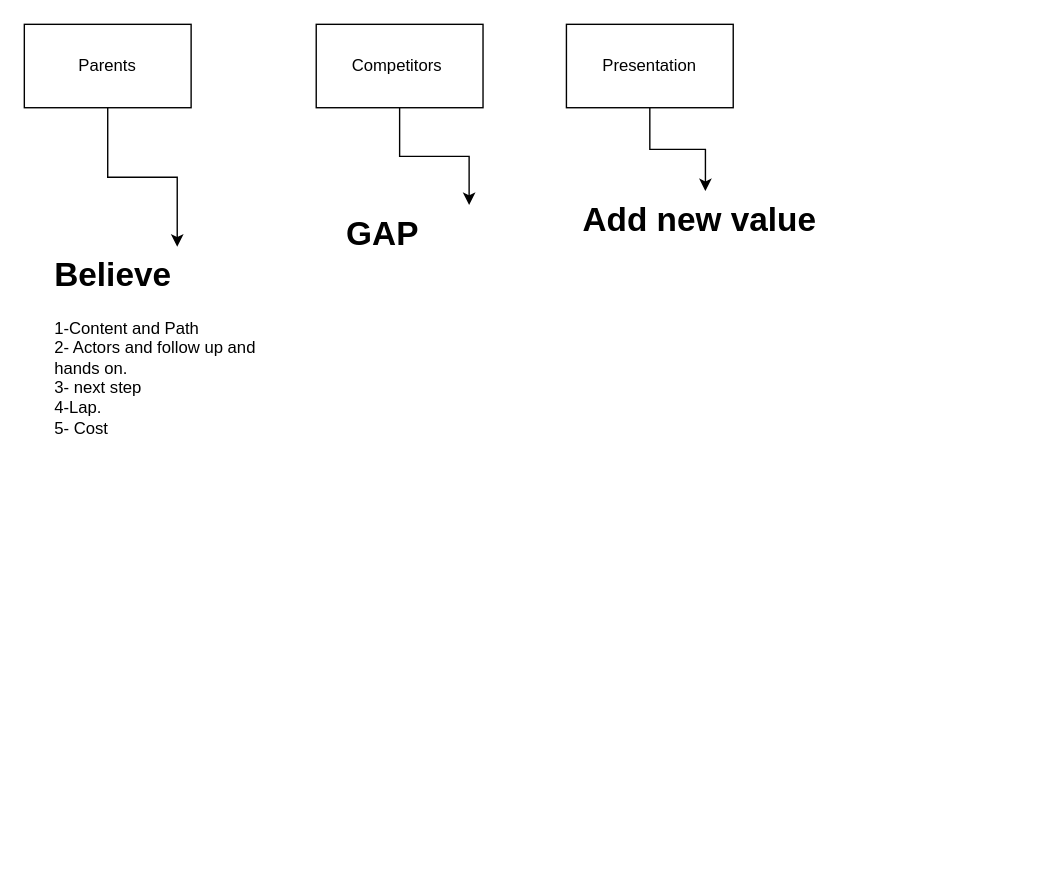
The draw.io diagram Untitled Diagram.drawio in AhmedKosit/Performance, before the edit. Source tidied: cells renumbered, new cells numbered last; positions are measured from the earlier drawing's top-left corner, leaving out a move shared by most shapes. Both pictures are drawn from the tidied source at 139%, with x=0, y=0 at pixel (24, 24). Pictures stored in the file or linked from it are replaced by grey dashed boxes.
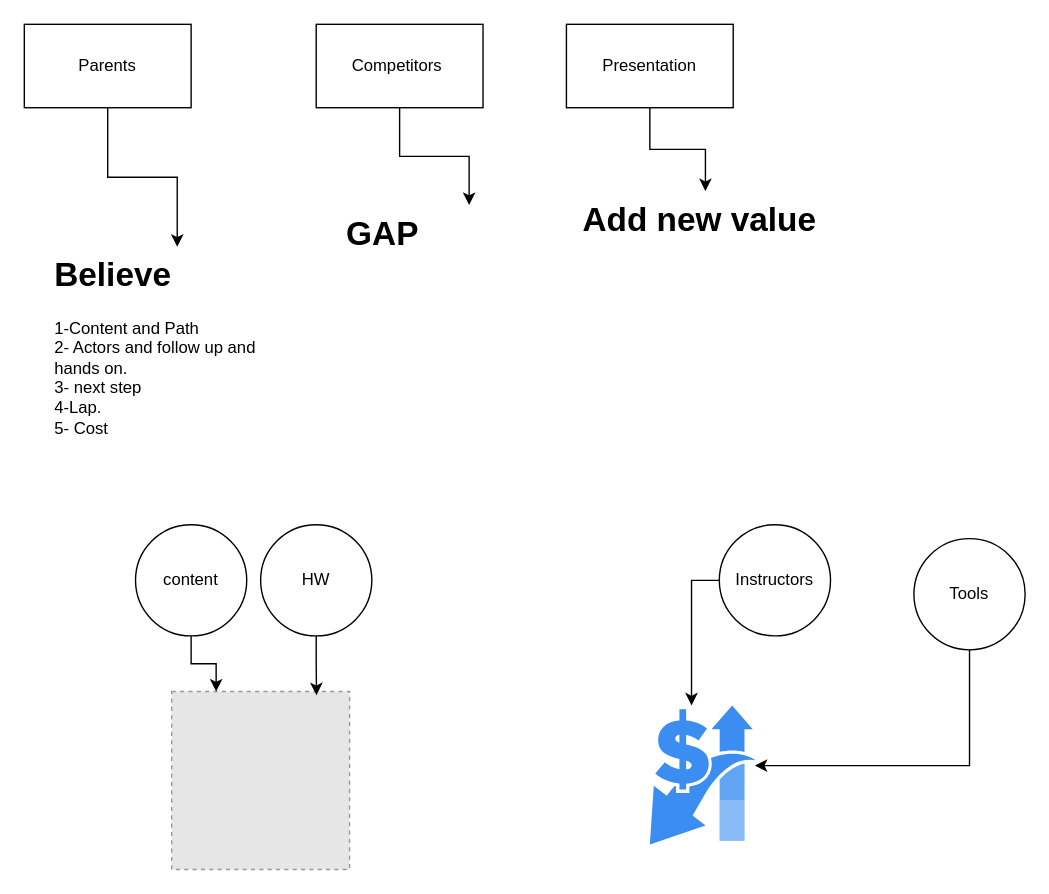
The same diagram, later.

Change to the diagram source:
```diff
@@
+    <mxCell id="11" style="fillColor=#E6E6E6;strokeColor=#999999;dashed=1;html=1;verticalAlign=top;verticalLabelPosition=bottom;labelBackgroundColor=#ffffff;" parent="1" vertex="1">
+      <mxGeometry x="106" y="480" width="128" height="128" as="geometry" />
+    </mxCell>
+    <mxCell id="12" style="edgeStyle=orthogonalEdgeStyle;rounded=0;jettySize=auto;html=1;entryX=0.25;entryY=0;entryDx=0;entryDy=0;" parent="1" edge="1" source="13" target="11">
+      <mxGeometry relative="1" as="geometry" />
+    </mxCell>
+    <mxCell id="13" value="content" style="ellipse;whiteSpace=wrap;html=1;" parent="1" vertex="1">
+      <mxGeometry x="80" y="360" width="80" height="80" as="geometry" />
+    </mxCell>
+    <mxCell id="14" value="HW" style="ellipse;whiteSpace=wrap;html=1;" parent="1" vertex="1">
+      <mxGeometry x="170" y="360" width="80" height="80" as="geometry" />
+    </mxCell>
+    <mxCell id="15" style="edgeStyle=orthogonalEdgeStyle;rounded=0;jettySize=auto;html=1;entryX=0.814;entryY=0.021;entryDx=0;entryDy=0;entryPerimeter=0;" parent="1" edge="1" source="14" target="11">
+      <mxGeometry relative="1" as="geometry" />
+    </mxCell>
+    <mxCell id="16" style="sketch=0;html=1;strokeColor=none;shadow=0;fillColor=#3B8DF1;verticalAlign=top;labelPosition=center;verticalLabelPosition=bottom;shape=mxgraph.gcp2.cost_arrows;" parent="1" vertex="1">
+      <mxGeometry x="450" y="490" width="76" height="100" as="geometry" />
+    </mxCell>
+    <mxCell id="17" value="Instructors" style="ellipse;whiteSpace=wrap;html=1;" parent="1" vertex="1">
+      <mxGeometry x="500" y="360" width="80" height="80" as="geometry" />
+    </mxCell>
+    <mxCell id="18" style="edgeStyle=orthogonalEdgeStyle;rounded=0;jettySize=auto;html=1;entryX=0.395;entryY=0;entryDx=0;entryDy=0;entryPerimeter=0;" parent="1" edge="1" source="17">
+      <mxGeometry relative="1" as="geometry">
+        <mxPoint x="480" y="490" as="targetPoint" />
+      </mxGeometry>
+    </mxCell>
+    <mxCell id="19" value="Tools" style="ellipse;whiteSpace=wrap;html=1;" parent="1" vertex="1">
+      <mxGeometry x="640" y="370" width="80" height="80" as="geometry" />
+    </mxCell>
+    <mxCell id="20" style="edgeStyle=orthogonalEdgeStyle;rounded=0;jettySize=auto;html=1;entryX=0.994;entryY=0.433;entryDx=0;entryDy=0;entryPerimeter=0;" parent="1" edge="1" source="19">
+      <mxGeometry relative="1" as="geometry">
+        <mxPoint x="525.5" y="533.3" as="targetPoint" />
+        <Array as="points">
+          <mxPoint x="680" y="533" />
+        </Array>
+      </mxGeometry>
+    </mxCell>
```
